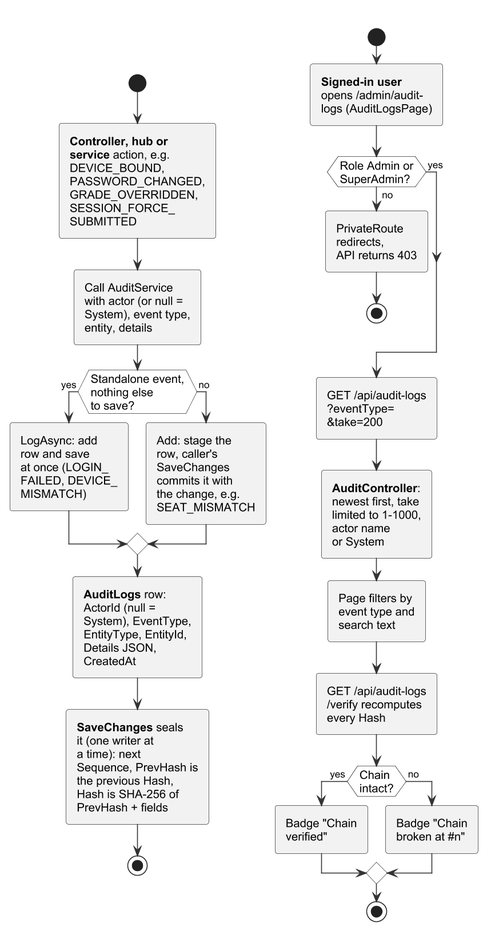
Earlier version of the PlantUML export important docs/fyp_doc_3chatp/Figures/activity_audit.png (Haiderali27-hub/AI-Lab-Monitoring-).
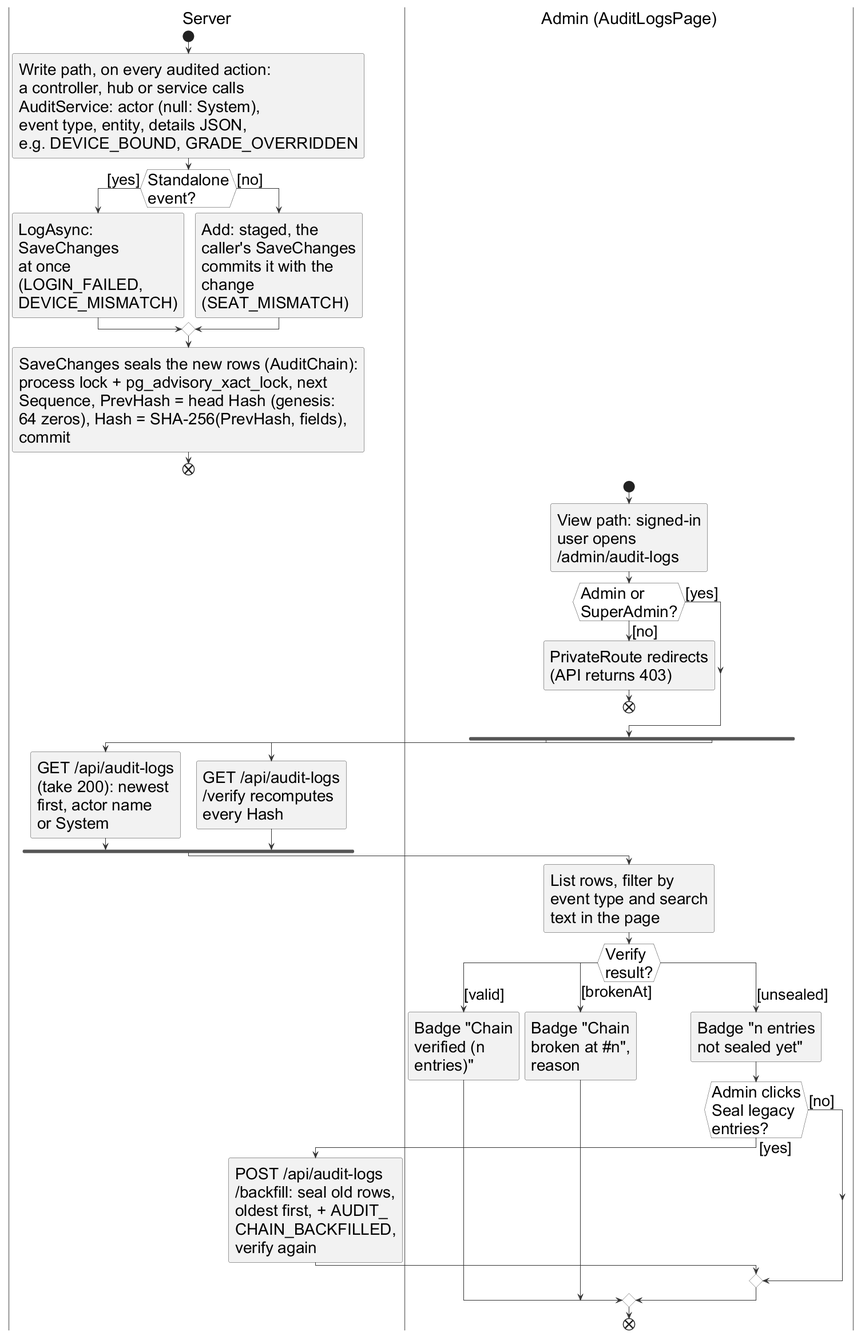
After the commit.

The edit, as a diff of the source:
```diff
@@ -1,84 +1,90 @@
 @startuml
 !include style.iuml
-skinparam defaultFontSize 13
-skinparam ArrowFontSize 11
-
-split
-  -[hidden]->
-  start
-  :<b>Controller, hub or</b>
-  <b>service</b> action, e.g.
-  DEVICE_BOUND,
-  PASSWORD_CHANGED,
-  GRADE_OVERRIDDEN,
-  SESSION_FORCE_
-  SUBMITTED;
-  :Call AuditService
-  with actor (or null =
-  System), event type,
-  entity, details;
-  if (Standalone event,\nnothing else\nto save?) then (yes)
-    :LogAsync: add
-    row and save
-    at once (LOGIN_
-    FAILED, DEVICE_
-    MISMATCH);
-  else (no)
-    :Add: stage the
-    row, caller's
-    SaveChanges
-    commits it with
-    the change, e.g.
-    SEAT_MISMATCH;
-  endif
-  :<b>AuditLogs</b> row:
-  ActorId (null =
-  System), EventType,
-  EntityType, EntityId,
-  Details JSON,
-  CreatedAt;
-  :<b>SaveChanges</b> seals
-  it (one writer at
-  a time): next
-  Sequence, PrevHash is
-  the previous Hash,
-  Hash is SHA-256 of
-  PrevHash + fields;
-  stop
-split again
-  -[hidden]->
-  start
-  :<b>Signed-in user</b>
-  opens /admin/audit-
-  logs (AuditLogsPage);
-  if (Role Admin or\nSuperAdmin?) then (no)
-    :PrivateRoute
-    redirects,
-    API returns 403;
-    stop
-  else (yes)
-  endif
+skinparam dpi 96
+skinparam defaultFontSize 28
+skinparam ArrowFontSize 27
+skinparam padding 1
+skinparam swimlane {
+  BorderColor #777777
+  TitleFontSize 29
+}
+|Server|
+|Admin (AuditLogsPage)|
+|Server|
+start
+:Write path, on every audited action:
+a controller, hub or service calls
+AuditService: actor (null: System),
+event type, entity, details JSON,
+e.g. DEVICE_BOUND, GRADE_OVERRIDDEN;
+if (Standalone\nevent?) then ([yes])
+  :LogAsync:
+  SaveChanges
+  at once
+  (LOGIN_FAILED,
+  DEVICE_MISMATCH);
+else ([no])
+  :Add: staged, the
+  caller's SaveChanges
+  commits it with the
+  change
+  (SEAT_MISMATCH);
+endif
+:SaveChanges seals the new rows (AuditChain):
+process lock + pg_advisory_xact_lock, next
+Sequence, PrevHash = head Hash (genesis:
+64 zeros), Hash = SHA-256(PrevHash, fields),
+commit;
+end
+|Admin (AuditLogsPage)|
+start
+:View path: signed-in
+user opens
+/admin/audit-logs;
+if (Admin or\nSuperAdmin?) then ([no])
+  :PrivateRoute redirects
+  (API returns 403);
+  end
+else ([yes])
+endif
+fork
+  |Server|
   :GET /api/audit-logs
-  ?eventType=
-  &take=200;
-  :<b>AuditController</b>:
-  newest first, take
-  limited to 1-1000,
-  actor name
+  (take 200): newest
+  first, actor name
   or System;
-  :Page filters by
-  event type and
-  search text;
+fork again
+  |Server|
   :GET /api/audit-logs
   /verify recomputes
   every Hash;
-  if (Chain\nintact?) then (yes)
-    :Badge "Chain
-    verified";
-  else (no)
-    :Badge "Chain
-    broken at #n";
+end fork
+|Admin (AuditLogsPage)|
+:List rows, filter by
+event type and search
+text in the page;
+switch (Verify\nresult?)
+case ([valid])
+  :Badge "Chain
+  verified (n
+  entries)";
+case ([brokenAt])
+  :Badge "Chain
+  broken at #n",
+  reason;
+case ([unsealed])
+  :Badge "n entries
+  not sealed yet";
+  if (Admin clicks\nSeal legacy\nentries?) then ([yes])
+    |Server|
+    :POST /api/audit-logs
+    /backfill: seal old rows,
+    oldest first, + AUDIT_
+    CHAIN_BACKFILLED,
+    verify again;
+    |Admin (AuditLogsPage)|
+  else ([no])
   endif
-  stop
-end split
+endswitch
+end
 @enduml
```
